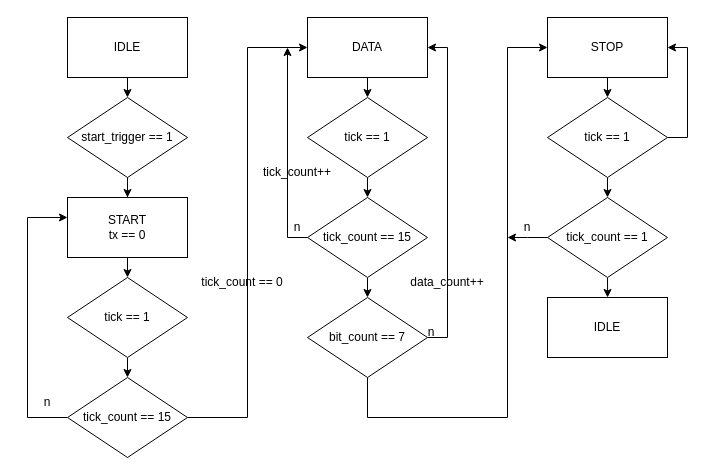
Above: uart_asm.drawio in Friday930/draw_io (draw.io), before the change. Source tidied: cells renumbered, new cells numbered last; positions are measured from the earlier drawing's top-left corner, leaving out a move shared by most shapes. Both pictures are drawn from the tidied source at 100%, with x=0, y=0 at pixel (17, 17).
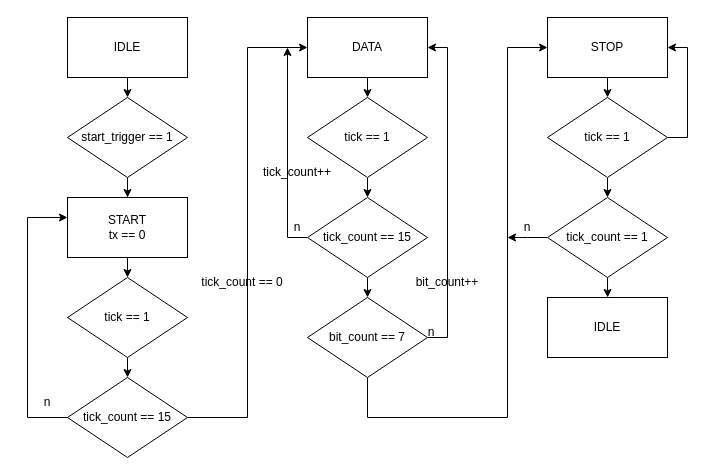
After the change.

Change to the diagram source:
```diff
@@
-    <mxCell id="35" value="data_count++" style="text;html=1;align=center;verticalAlign=middle;whiteSpace=wrap;rounded=0;" parent="1" vertex="1">
+    <mxCell id="35" value="bit_count++" style="text;html=1;align=center;verticalAlign=middle;whiteSpace=wrap;rounded=0;" parent="1" vertex="1">
       <mxGeometry x="400" y="250" width="60" height="30" as="geometry" />
     </mxCell>
```
